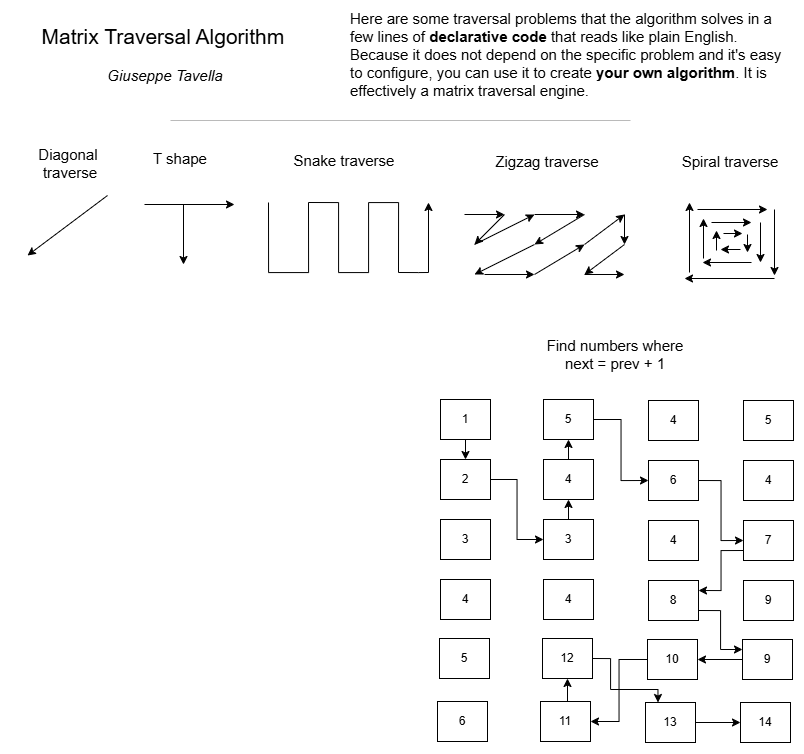
Before: assets/example_problems.png, a diagram exported from draw.io (tave8/matrix-traverser-python). Source tidied: cells renumbered, new cells last; positions are measured from the earlier drawing's top-left corner, leaving out a move shared by most shapes.
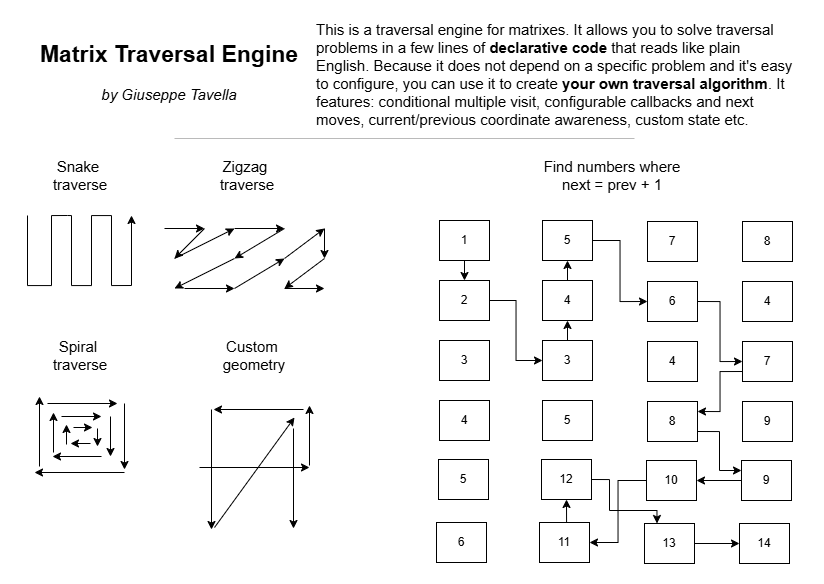
After the commit.

Commit message:
isTopLeft etc. used in problem 10

The edit, as a diff of the source:
```diff
@@ -2,119 +2,110 @@
   <root>
     <mxCell id="0" />
     <mxCell id="1" parent="0" />
-    <mxCell id="2" value="Diagonal&amp;nbsp;&lt;div&gt;traverse&lt;/div&gt;" style="text;html=1;whiteSpace=wrap;strokeColor=none;fillColor=none;align=center;verticalAlign=middle;rounded=0;fontSize=15;" parent="1" vertex="1">
-      <mxGeometry y="119" width="120" height="30" as="geometry" />
-    </mxCell>
-    <mxCell id="3" value="Snake traverse" style="text;html=1;whiteSpace=wrap;strokeColor=none;fillColor=none;align=center;verticalAlign=middle;rounded=0;fontSize=15;" parent="1" vertex="1">
-      <mxGeometry x="274" y="116" width="120" height="30" as="geometry" />
+    <mxCell id="3" value="Snake&amp;nbsp;&lt;div&gt;traverse&lt;/div&gt;" style="text;html=1;whiteSpace=wrap;strokeColor=none;fillColor=none;align=center;verticalAlign=middle;rounded=0;fontSize=15;" parent="1" vertex="1">
+      <mxGeometry x="11" y="310" width="120" height="30" as="geometry" />
     </mxCell>
-    <mxCell id="4" value="Zigzag traverse" style="text;html=1;whiteSpace=wrap;strokeColor=none;fillColor=none;align=center;verticalAlign=middle;rounded=0;fontSize=15;" parent="1" vertex="1">
-      <mxGeometry x="477" y="117" width="120" height="30" as="geometry" />
+    <mxCell id="4" value="Zigzag&amp;nbsp;&lt;div&gt;traverse&lt;/div&gt;" style="text;html=1;whiteSpace=wrap;strokeColor=none;fillColor=none;align=center;verticalAlign=middle;rounded=0;fontSize=15;" parent="1" vertex="1">
+      <mxGeometry x="178" y="310" width="120" height="30" as="geometry" />
     </mxCell>
     <mxCell id="5" value="Find numbers where next = prev + 1" style="text;html=1;whiteSpace=wrap;strokeColor=none;fillColor=none;align=center;verticalAlign=middle;rounded=0;fontSize=15;" parent="1" vertex="1">
-      <mxGeometry x="520" y="310" width="170" height="30" as="geometry" />
+      <mxGeometry x="518" y="310" width="170" height="30" as="geometry" />
     </mxCell>
     <mxCell id="6" style="endArrow=none;html=1;rounded=0;edgeStyle=orthogonalEdgeStyle;curved=0;" parent="1" edge="1">
       <mxGeometry relative="1" as="geometry">
-        <mxPoint x="298" y="173" as="sourcePoint" />
-        <mxPoint x="258" y="173" as="targetPoint" />
+        <mxPoint x="58" y="365" as="sourcePoint" />
+        <mxPoint x="18" y="365" as="targetPoint" />
         <Array as="points">
-          <mxPoint x="258" y="243" />
+          <mxPoint x="42" y="365" />
+          <mxPoint x="42" y="435" />
+          <mxPoint x="18" y="435" />
         </Array>
       </mxGeometry>
     </mxCell>
     <mxCell id="7" style="endArrow=none;html=1;rounded=0;edgeStyle=orthogonalEdgeStyle;curved=0;" parent="1" edge="1">
       <mxGeometry relative="1" as="geometry">
-        <mxPoint x="388" y="243" as="sourcePoint" />
-        <mxPoint x="298" y="173" as="targetPoint" />
+        <mxPoint x="122" y="435" as="sourcePoint" />
+        <mxPoint x="58" y="365" as="targetPoint" />
         <Array as="points">
-          <mxPoint x="358" y="173" />
-          <mxPoint x="358" y="243" />
-          <mxPoint x="328" y="243" />
-          <mxPoint x="328" y="173" />
+          <mxPoint x="102" y="435" />
+          <mxPoint x="102" y="365" />
+          <mxPoint x="82" y="365" />
+          <mxPoint x="82" y="435" />
+          <mxPoint x="62" y="435" />
+          <mxPoint x="62" y="365" />
         </Array>
       </mxGeometry>
     </mxCell>
-    <mxCell id="8" style="endArrow=none;html=1;rounded=0;edgeStyle=orthogonalEdgeStyle;curved=0;" parent="1" edge="1">
-      <mxGeometry relative="1" as="geometry">
-        <mxPoint x="418" y="243" as="sourcePoint" />
-        <mxPoint x="388" y="243" as="targetPoint" />
-        <Array as="points">
-          <mxPoint x="408" y="243" />
-          <mxPoint x="408" y="243" />
-        </Array>
-      </mxGeometry>
-    </mxCell>
     <mxCell id="9" style="endArrow=classic;html=1;rounded=0;" parent="1" edge="1">
       <mxGeometry relative="1" as="geometry">
-        <mxPoint x="454" y="185" as="sourcePoint" />
-        <mxPoint x="494" y="185" as="targetPoint" />
+        <mxPoint x="155" y="378" as="sourcePoint" />
+        <mxPoint x="195" y="378" as="targetPoint" />
       </mxGeometry>
     </mxCell>
     <mxCell id="10" style="endArrow=classic;html=1;rounded=0;" parent="1" edge="1">
       <mxGeometry relative="1" as="geometry">
-        <mxPoint x="494" y="185" as="sourcePoint" />
-        <mxPoint x="464" y="215" as="targetPoint" />
+        <mxPoint x="195" y="378" as="sourcePoint" />
+        <mxPoint x="165" y="408" as="targetPoint" />
       </mxGeometry>
     </mxCell>
     <mxCell id="11" style="endArrow=classic;html=1;rounded=0;" parent="1" edge="1">
       <mxGeometry relative="1" as="geometry">
-        <mxPoint x="464" y="215" as="sourcePoint" />
-        <mxPoint x="524" y="185" as="targetPoint" />
+        <mxPoint x="165" y="408" as="sourcePoint" />
+        <mxPoint x="225" y="378" as="targetPoint" />
       </mxGeometry>
     </mxCell>
     <mxCell id="12" style="endArrow=classic;html=1;rounded=0;" parent="1" edge="1">
       <mxGeometry relative="1" as="geometry">
-        <mxPoint x="524" y="185" as="sourcePoint" />
-        <mxPoint x="574" y="185" as="targetPoint" />
+        <mxPoint x="225" y="378" as="sourcePoint" />
+        <mxPoint x="275" y="378" as="targetPoint" />
       </mxGeometry>
     </mxCell>
     <mxCell id="13" style="endArrow=classic;html=1;rounded=0;" parent="1" edge="1">
       <mxGeometry relative="1" as="geometry">
-        <mxPoint x="574" y="185" as="sourcePoint" />
-        <mxPoint x="524" y="215" as="targetPoint" />
+        <mxPoint x="275" y="378" as="sourcePoint" />
+        <mxPoint x="225" y="408" as="targetPoint" />
       </mxGeometry>
     </mxCell>
     <mxCell id="14" style="endArrow=classic;html=1;rounded=0;" parent="1" edge="1">
       <mxGeometry relative="1" as="geometry">
-        <mxPoint x="524" y="215" as="sourcePoint" />
-        <mxPoint x="464" y="245" as="targetPoint" />
+        <mxPoint x="225" y="408" as="sourcePoint" />
+        <mxPoint x="165" y="438" as="targetPoint" />
       </mxGeometry>
     </mxCell>
     <mxCell id="15" style="endArrow=classic;html=1;rounded=0;" parent="1" edge="1">
       <mxGeometry relative="1" as="geometry">
-        <mxPoint x="474" y="245" as="sourcePoint" />
-        <mxPoint x="524" y="245" as="targetPoint" />
+        <mxPoint x="175" y="438" as="sourcePoint" />
+        <mxPoint x="225" y="438" as="targetPoint" />
       </mxGeometry>
     </mxCell>
     <mxCell id="16" style="endArrow=classic;html=1;rounded=0;" parent="1" edge="1">
       <mxGeometry relative="1" as="geometry">
-        <mxPoint x="524" y="245" as="sourcePoint" />
-        <mxPoint x="574" y="215" as="targetPoint" />
+        <mxPoint x="225" y="438" as="sourcePoint" />
+        <mxPoint x="275" y="408" as="targetPoint" />
       </mxGeometry>
     </mxCell>
     <mxCell id="17" style="endArrow=classic;html=1;rounded=0;" parent="1" edge="1">
       <mxGeometry relative="1" as="geometry">
-        <mxPoint x="574" y="215" as="sourcePoint" />
-        <mxPoint x="614" y="185" as="targetPoint" />
+        <mxPoint x="275" y="408" as="sourcePoint" />
+        <mxPoint x="315" y="378" as="targetPoint" />
       </mxGeometry>
     </mxCell>
     <mxCell id="18" style="endArrow=classic;html=1;rounded=0;" parent="1" edge="1">
       <mxGeometry relative="1" as="geometry">
-        <mxPoint x="614" y="185" as="sourcePoint" />
-        <mxPoint x="614" y="215" as="targetPoint" />
+        <mxPoint x="315" y="378" as="sourcePoint" />
+        <mxPoint x="315" y="408" as="targetPoint" />
       </mxGeometry>
     </mxCell>
     <mxCell id="19" style="endArrow=classic;html=1;rounded=0;" parent="1" edge="1">
       <mxGeometry relative="1" as="geometry">
-        <mxPoint x="614" y="215" as="sourcePoint" />
-        <mxPoint x="574" y="245" as="targetPoint" />
+        <mxPoint x="315" y="408" as="sourcePoint" />
+        <mxPoint x="275" y="438" as="targetPoint" />
       </mxGeometry>
     </mxCell>
     <mxCell id="20" style="endArrow=classic;html=1;rounded=0;" parent="1" edge="1">
       <mxGeometry relative="1" as="geometry">
-        <mxPoint x="574" y="245" as="sourcePoint" />
-        <mxPoint x="614" y="245" as="targetPoint" />
+        <mxPoint x="275" y="438" as="sourcePoint" />
+        <mxPoint x="315" y="438" as="targetPoint" />
       </mxGeometry>
     </mxCell>
     <mxCell id="21" style="edgeStyle=orthogonalEdgeStyle;rounded=0;jettySize=auto;html=1;exitX=0.5;exitY=1;exitDx=0;exitDy=0;entryX=0.5;entryY=0;entryDx=0;entryDy=0;" parent="1" edge="1" source="22" target="28">
@@ -129,10 +120,10 @@
     <mxCell id="24" value="5" style="rounded=0;whiteSpace=wrap;html=1;" parent="1" vertex="1">
       <mxGeometry x="533" y="370" width="50" height="40" as="geometry" />
     </mxCell>
-    <mxCell id="25" value="4" style="rounded=0;whiteSpace=wrap;html=1;" parent="1" vertex="1">
+    <mxCell id="25" value="7" style="rounded=0;whiteSpace=wrap;html=1;" parent="1" vertex="1">
       <mxGeometry x="638" y="371" width="50" height="40" as="geometry" />
     </mxCell>
-    <mxCell id="26" value="5" style="rounded=0;whiteSpace=wrap;html=1;" parent="1" vertex="1">
+    <mxCell id="26" value="8" style="rounded=0;whiteSpace=wrap;html=1;" parent="1" vertex="1">
       <mxGeometry x="733" y="371" width="50" height="40" as="geometry" />
     </mxCell>
     <mxCell id="27" style="edgeStyle=orthogonalEdgeStyle;rounded=0;jettySize=auto;html=1;exitX=1;exitY=0.5;exitDx=0;exitDy=0;entryX=0;entryY=0.5;entryDx=0;entryDy=0;" parent="1" edge="1" source="28" target="36">
@@ -177,7 +168,7 @@
     <mxCell id="40" value="4" style="rounded=0;whiteSpace=wrap;html=1;" parent="1" vertex="1">
       <mxGeometry x="430" y="550" width="50" height="40" as="geometry" />
     </mxCell>
-    <mxCell id="41" value="4" style="rounded=0;whiteSpace=wrap;html=1;" parent="1" vertex="1">
+    <mxCell id="41" value="5" style="rounded=0;whiteSpace=wrap;html=1;" parent="1" vertex="1">
       <mxGeometry x="533" y="550" width="50" height="40" as="geometry" />
     </mxCell>
     <mxCell id="42" style="edgeStyle=orthogonalEdgeStyle;rounded=0;jettySize=auto;html=1;exitX=1;exitY=0.75;exitDx=0;exitDy=0;entryX=0;entryY=0.25;entryDx=0;entryDy=0;" parent="1" edge="1" source="43" target="51">
@@ -234,119 +225,137 @@
     <mxCell id="57" value="14" style="rounded=0;whiteSpace=wrap;html=1;" parent="1" vertex="1">
       <mxGeometry x="730" y="673" width="50" height="40" as="geometry" />
     </mxCell>
-    <mxCell id="58" value="T shape" style="text;html=1;whiteSpace=wrap;strokeColor=none;fillColor=none;align=center;verticalAlign=middle;rounded=0;fontSize=15;" parent="1" vertex="1">
-      <mxGeometry x="110" y="114" width="120" height="30" as="geometry" />
-    </mxCell>
-    <mxCell id="59" style="endArrow=classic;html=1;rounded=0;" parent="1" edge="1">
-      <mxGeometry relative="1" as="geometry">
-        <mxPoint x="97" y="166" as="sourcePoint" />
-        <mxPoint x="17" y="226" as="targetPoint" />
-      </mxGeometry>
-    </mxCell>
     <mxCell id="60" style="endArrow=classic;html=1;rounded=0;" parent="1" edge="1">
       <mxGeometry relative="1" as="geometry">
-        <mxPoint x="418" y="243" as="sourcePoint" />
-        <mxPoint x="418" y="173" as="targetPoint" />
+        <mxPoint x="122" y="435" as="sourcePoint" />
+        <mxPoint x="122" y="365" as="targetPoint" />
       </mxGeometry>
     </mxCell>
-    <mxCell id="61" style="endArrow=classic;html=1;rounded=0;" parent="1" edge="1">
-      <mxGeometry relative="1" as="geometry">
-        <mxPoint x="134" y="175" as="sourcePoint" />
-        <mxPoint x="224" y="175" as="targetPoint" />
-      </mxGeometry>
-    </mxCell>
-    <mxCell id="62" style="endArrow=classic;html=1;rounded=0;" parent="1" edge="1">
-      <mxGeometry relative="1" as="geometry">
-        <mxPoint x="173" y="175" as="sourcePoint" />
-        <mxPoint x="173" y="235" as="targetPoint" />
-      </mxGeometry>
-    </mxCell>
-    <mxCell id="63" value="Spiral traverse" style="text;html=1;whiteSpace=wrap;strokeColor=none;fillColor=none;align=center;verticalAlign=middle;rounded=0;fontSize=15;" parent="1" vertex="1">
-      <mxGeometry x="660" y="117" width="120" height="30" as="geometry" />
+    <mxCell id="63" value="Spiral&amp;nbsp;&lt;div&gt;traverse&lt;/div&gt;" style="text;html=1;whiteSpace=wrap;strokeColor=none;fillColor=none;align=center;verticalAlign=middle;rounded=0;fontSize=15;" parent="1" vertex="1">
+      <mxGeometry x="11" y="490" width="120" height="30" as="geometry" />
     </mxCell>
-    <mxCell id="64" value="&lt;font style=&quot;font-size: 21px;&quot;&gt;Matrix Traversal Algorithm&lt;/font&gt;&amp;nbsp;&lt;div&gt;&lt;br&gt;&lt;/div&gt;&lt;div&gt;&lt;i&gt;Giuseppe Tavella&lt;/i&gt;&lt;/div&gt;" style="text;html=1;whiteSpace=wrap;strokeColor=none;fillColor=none;align=center;verticalAlign=middle;rounded=0;fontSize=15;" parent="1" vertex="1">
-      <mxGeometry x="10" y="10" width="290" height="30" as="geometry" />
+    <mxCell id="64" value="&lt;b&gt;&lt;font style=&quot;font-size: 23px;&quot;&gt;&lt;font style=&quot;&quot;&gt;Matrix Traversal&amp;nbsp;&lt;/font&gt;&lt;span style=&quot;background-color: transparent; color: light-dark(rgb(0, 0, 0), rgb(255, 255, 255));&quot;&gt;Engine&lt;/span&gt;&lt;/font&gt;&lt;/b&gt;&lt;div&gt;&lt;div&gt;&lt;br&gt;&lt;/div&gt;&lt;div&gt;&lt;i&gt;by Giuseppe Tavella&lt;/i&gt;&lt;/div&gt;&lt;/div&gt;" style="text;html=1;whiteSpace=wrap;strokeColor=none;fillColor=none;align=center;verticalAlign=middle;rounded=0;fontSize=15;" parent="1" vertex="1">
+      <mxGeometry x="15" y="207" width="290" height="30" as="geometry" />
     </mxCell>
-    <mxCell id="65" value="Here are some traversal problems that&amp;nbsp;&lt;span style=&quot;background-color: transparent; color: light-dark(rgb(0, 0, 0), rgb(255, 255, 255));&quot;&gt;the algorithm solves in a few lines of&amp;nbsp;&lt;/span&gt;&lt;b style=&quot;background-color: transparent; color: light-dark(rgb(0, 0, 0), rgb(255, 255, 255));&quot;&gt;declarative code&lt;/b&gt;&lt;span style=&quot;background-color: transparent; color: light-dark(rgb(0, 0, 0), rgb(255, 255, 255));&quot;&gt; that reads like plain English.&lt;/span&gt;&lt;div&gt;Because it does not depend on the specific problem and it's easy to configure, you can use it to create &lt;b&gt;your own algorithm&lt;/b&gt;. It is effectively a matrix traversal engine.&lt;/div&gt;" style="text;html=1;whiteSpace=wrap;strokeColor=none;fillColor=none;align=left;verticalAlign=middle;rounded=0;fontSize=15;" parent="1" vertex="1">
-      <mxGeometry x="338" width="440" height="50" as="geometry" />
+    <mxCell id="65" value="&lt;div&gt;This is a traversal engine for matrixes. It allows you to solve traversal problems in&amp;nbsp;&lt;span style=&quot;background-color: transparent; color: light-dark(rgb(0, 0, 0), rgb(255, 255, 255));&quot;&gt;a few lines of&amp;nbsp;&lt;/span&gt;&lt;b style=&quot;background-color: transparent; color: light-dark(rgb(0, 0, 0), rgb(255, 255, 255));&quot;&gt;declarative code&lt;/b&gt;&lt;span style=&quot;background-color: transparent; color: light-dark(rgb(0, 0, 0), rgb(255, 255, 255));&quot;&gt; that reads like plain English.&amp;nbsp;&lt;/span&gt;&lt;span style=&quot;background-color: transparent; color: light-dark(rgb(0, 0, 0), rgb(255, 255, 255));&quot;&gt;Because it does not depend on a specific problem and it's easy to configure, you can use it to create &lt;/span&gt;&lt;b style=&quot;background-color: transparent; color: light-dark(rgb(0, 0, 0), rgb(255, 255, 255));&quot;&gt;your own traversal algorithm&lt;/b&gt;&lt;span style=&quot;background-color: transparent; color: light-dark(rgb(0, 0, 0), rgb(255, 255, 255));&quot;&gt;. It features: conditional multiple visit, configurable callbacks and next moves, current/previous coordinate awareness, custom state etc.&amp;nbsp;&amp;nbsp;&lt;/span&gt;&lt;/div&gt;" style="text;html=1;whiteSpace=wrap;strokeColor=none;fillColor=none;align=left;verticalAlign=middle;rounded=0;fontSize=15;" parent="1" vertex="1">
+      <mxGeometry x="305" y="199" width="490" height="50" as="geometry" />
     </mxCell>
     <mxCell id="66" style="endArrow=none;html=1;rounded=0;strokeColor=light-dark(#bababa, #ededed);" parent="1" edge="1">
       <mxGeometry relative="1" as="geometry">
-        <mxPoint x="160" y="91" as="sourcePoint" />
-        <mxPoint x="620" y="91" as="targetPoint" />
+        <mxPoint x="165" y="288" as="sourcePoint" />
+        <mxPoint x="625" y="288" as="targetPoint" />
       </mxGeometry>
     </mxCell>
     <mxCell id="67" style="endArrow=classic;html=1;rounded=0;" parent="1" edge="1">
       <mxGeometry relative="1" as="geometry">
-        <mxPoint x="764" y="180" as="sourcePoint" />
-        <mxPoint x="764" y="246" as="targetPoint" />
+        <mxPoint x="115" y="553" as="sourcePoint" />
+        <mxPoint x="115" y="619" as="targetPoint" />
       </mxGeometry>
     </mxCell>
     <mxCell id="68" style="endArrow=classic;html=1;rounded=0;" parent="1" edge="1">
       <mxGeometry relative="1" as="geometry">
-        <mxPoint x="764" y="249" as="sourcePoint" />
-        <mxPoint x="674" y="249" as="targetPoint" />
+        <mxPoint x="115" y="622" as="sourcePoint" />
+        <mxPoint x="25" y="622" as="targetPoint" />
       </mxGeometry>
     </mxCell>
     <mxCell id="69" style="endArrow=classic;html=1;rounded=0;" parent="1" edge="1">
       <mxGeometry relative="1" as="geometry">
-        <mxPoint x="679" y="243" as="sourcePoint" />
-        <mxPoint x="679" y="173" as="targetPoint" />
+        <mxPoint x="30" y="616" as="sourcePoint" />
+        <mxPoint x="30" y="546" as="targetPoint" />
       </mxGeometry>
     </mxCell>
     <mxCell id="70" style="endArrow=classic;html=1;rounded=0;" parent="1" edge="1">
       <mxGeometry relative="1" as="geometry">
-        <mxPoint x="687" y="180" as="sourcePoint" />
-        <mxPoint x="757" y="180" as="targetPoint" />
+        <mxPoint x="38" y="553" as="sourcePoint" />
+        <mxPoint x="108" y="553" as="targetPoint" />
       </mxGeometry>
     </mxCell>
     <mxCell id="71" style="endArrow=classic;html=1;rounded=0;" parent="1" edge="1">
       <mxGeometry relative="1" as="geometry">
-        <mxPoint x="750" y="193" as="sourcePoint" />
-        <mxPoint x="750" y="233" as="targetPoint" />
+        <mxPoint x="101" y="566" as="sourcePoint" />
+        <mxPoint x="101" y="606" as="targetPoint" />
       </mxGeometry>
     </mxCell>
     <mxCell id="72" style="endArrow=classic;html=1;rounded=0;" parent="1" edge="1">
       <mxGeometry relative="1" as="geometry">
-        <mxPoint x="741" y="233" as="sourcePoint" />
-        <mxPoint x="692" y="233" as="targetPoint" />
+        <mxPoint x="92" y="606" as="sourcePoint" />
+        <mxPoint x="43" y="606" as="targetPoint" />
       </mxGeometry>
     </mxCell>
     <mxCell id="73" style="endArrow=classic;html=1;rounded=0;" parent="1" edge="1">
       <mxGeometry relative="1" as="geometry">
-        <mxPoint x="693" y="229" as="sourcePoint" />
-        <mxPoint x="693" y="189" as="targetPoint" />
+        <mxPoint x="44" y="602" as="sourcePoint" />
+        <mxPoint x="44" y="562" as="targetPoint" />
       </mxGeometry>
     </mxCell>
     <mxCell id="74" style="endArrow=classic;html=1;rounded=0;" parent="1" edge="1">
       <mxGeometry relative="1" as="geometry">
-        <mxPoint x="701" y="193" as="sourcePoint" />
-        <mxPoint x="741" y="193" as="targetPoint" />
+        <mxPoint x="52" y="566" as="sourcePoint" />
+        <mxPoint x="92" y="566" as="targetPoint" />
       </mxGeometry>
     </mxCell>
     <mxCell id="75" style="endArrow=classic;html=1;rounded=0;" parent="1" edge="1">
       <mxGeometry relative="1" as="geometry">
-        <mxPoint x="737" y="205" as="sourcePoint" />
-        <mxPoint x="737" y="223" as="targetPoint" />
+        <mxPoint x="88" y="578" as="sourcePoint" />
+        <mxPoint x="88" y="596" as="targetPoint" />
       </mxGeometry>
     </mxCell>
     <mxCell id="76" style="endArrow=classic;html=1;rounded=0;" parent="1" edge="1">
       <mxGeometry relative="1" as="geometry">
-        <mxPoint x="730" y="220" as="sourcePoint" />
-        <mxPoint x="710" y="220" as="targetPoint" />
+        <mxPoint x="81" y="593" as="sourcePoint" />
+        <mxPoint x="61" y="593" as="targetPoint" />
       </mxGeometry>
     </mxCell>
     <mxCell id="77" style="endArrow=classic;html=1;rounded=0;" parent="1" edge="1">
       <mxGeometry relative="1" as="geometry">
-        <mxPoint x="706" y="221" as="sourcePoint" />
-        <mxPoint x="706" y="201" as="targetPoint" />
+        <mxPoint x="57" y="594" as="sourcePoint" />
+        <mxPoint x="57" y="574" as="targetPoint" />
       </mxGeometry>
     </mxCell>
     <mxCell id="78" style="endArrow=classic;html=1;rounded=0;" parent="1" edge="1">
       <mxGeometry relative="1" as="geometry">
-        <mxPoint x="713" y="204" as="sourcePoint" />
-        <mxPoint x="732" y="204" as="targetPoint" />
+        <mxPoint x="64" y="577" as="sourcePoint" />
+        <mxPoint x="83" y="577" as="targetPoint" />
       </mxGeometry>
     </mxCell>
+    <mxCell id="79" value="Custom&amp;nbsp;&lt;div&gt;geometry&lt;/div&gt;" style="text;html=1;whiteSpace=wrap;strokeColor=none;fillColor=none;align=center;verticalAlign=middle;rounded=0;fontSize=15;" parent="1" vertex="1">
+      <mxGeometry x="185" y="490" width="120" height="30" as="geometry" />
+    </mxCell>
+    <mxCell id="80" style="endArrow=classic;html=1;rounded=0;" parent="1" edge="1">
+      <mxGeometry relative="1" as="geometry">
+        <mxPoint x="190" y="617" as="sourcePoint" />
+        <mxPoint x="300" y="617" as="targetPoint" />
+      </mxGeometry>
+    </mxCell>
+    <mxCell id="81" style="endArrow=classic;html=1;rounded=0;" parent="1" edge="1">
+      <mxGeometry relative="1" as="geometry">
+        <mxPoint x="300" y="615" as="sourcePoint" />
+        <mxPoint x="300" y="555" as="targetPoint" />
+      </mxGeometry>
+    </mxCell>
+    <mxCell id="82" style="endArrow=classic;html=1;rounded=0;" parent="1" edge="1">
+      <mxGeometry relative="1" as="geometry">
+        <mxPoint x="294" y="559" as="sourcePoint" />
+        <mxPoint x="204" y="559" as="targetPoint" />
+      </mxGeometry>
+    </mxCell>
+    <mxCell id="83" style="endArrow=classic;html=1;rounded=0;" parent="1" edge="1">
+      <mxGeometry relative="1" as="geometry">
+        <mxPoint x="202" y="559" as="sourcePoint" />
+        <mxPoint x="202" y="679" as="targetPoint" />
+      </mxGeometry>
+    </mxCell>
+    <mxCell id="84" style="endArrow=classic;html=1;rounded=0;" parent="1" edge="1">
+      <mxGeometry relative="1" as="geometry">
+        <mxPoint x="205" y="677" as="sourcePoint" />
+        <mxPoint x="285" y="567" as="targetPoint" />
+      </mxGeometry>
+    </mxCell>
+    <mxCell id="85" style="endArrow=classic;html=1;rounded=0;" parent="1" edge="1">
+      <mxGeometry relative="1" as="geometry">
+        <mxPoint x="284" y="578" as="sourcePoint" />
+        <mxPoint x="284" y="678" as="targetPoint" />
+      </mxGeometry>
+    </mxCell>
   </root>
 </mxGraphModel>
```
